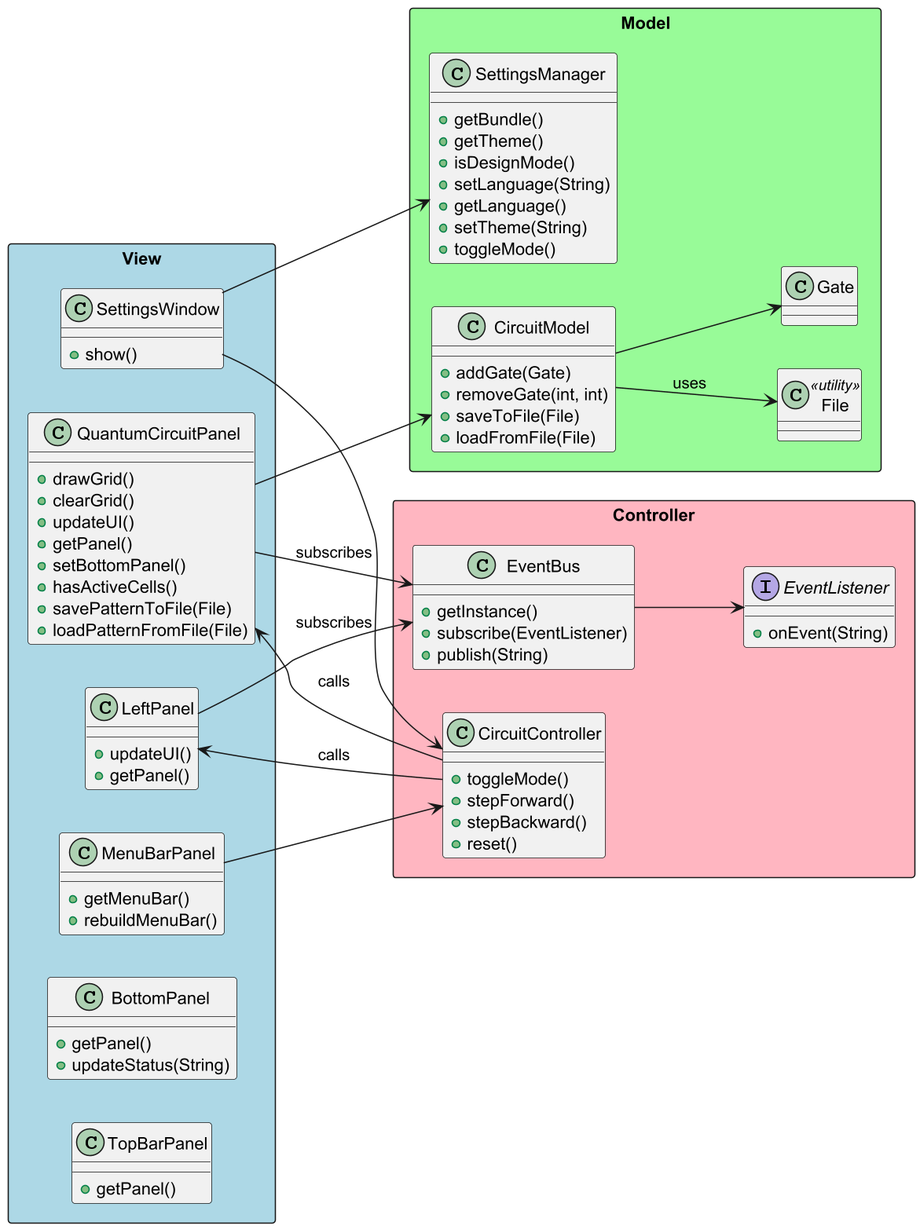
The PlantUML diagram a3_uml/UML.png in jSubbz/QCS, before a commit.
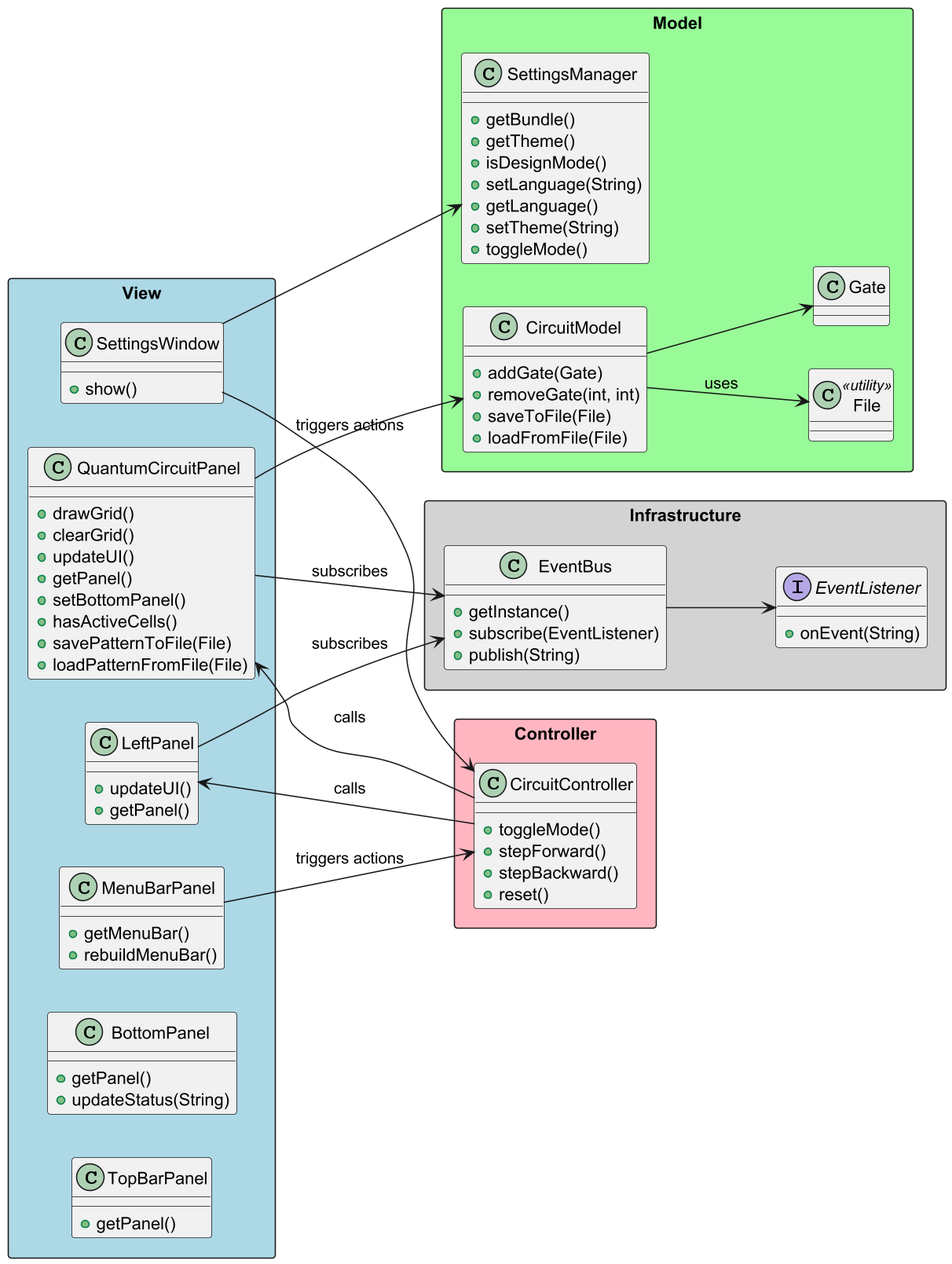
The same file after the commit.

Commit message:
redid uml again

The edit, as a diff of the source:
```diff
@@ -69,7 +69,9 @@
     + stepBackward()
     + reset()
   }
+}
 
+rectangle "Infrastructure" #D3D3D3 {
   class EventBus {
     + getInstance()
     + subscribe(EventListener)
@@ -89,8 +91,8 @@
 CircuitModel --> File : uses
 CircuitController --> QuantumCircuitPanel : calls
 CircuitController --> LeftPanel : calls
-MenuBarPanel --> CircuitController
-SettingsWindow --> CircuitController
+MenuBarPanel --> CircuitController : triggers actions
+SettingsWindow --> CircuitController : triggers actions
 EventBus --> EventListener
 
 @enduml
```
